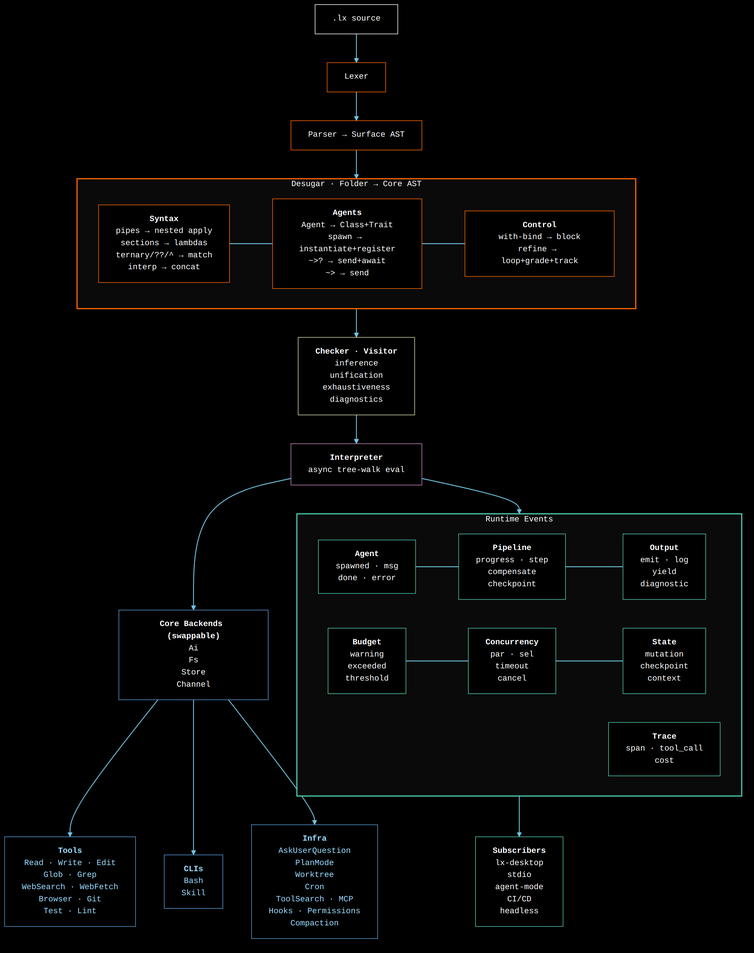
Above: DIAGRAM.png in Distortedlogic/lx (Mermaid), before the change. Its source is kept beside it as DIAGRAM.mmd.
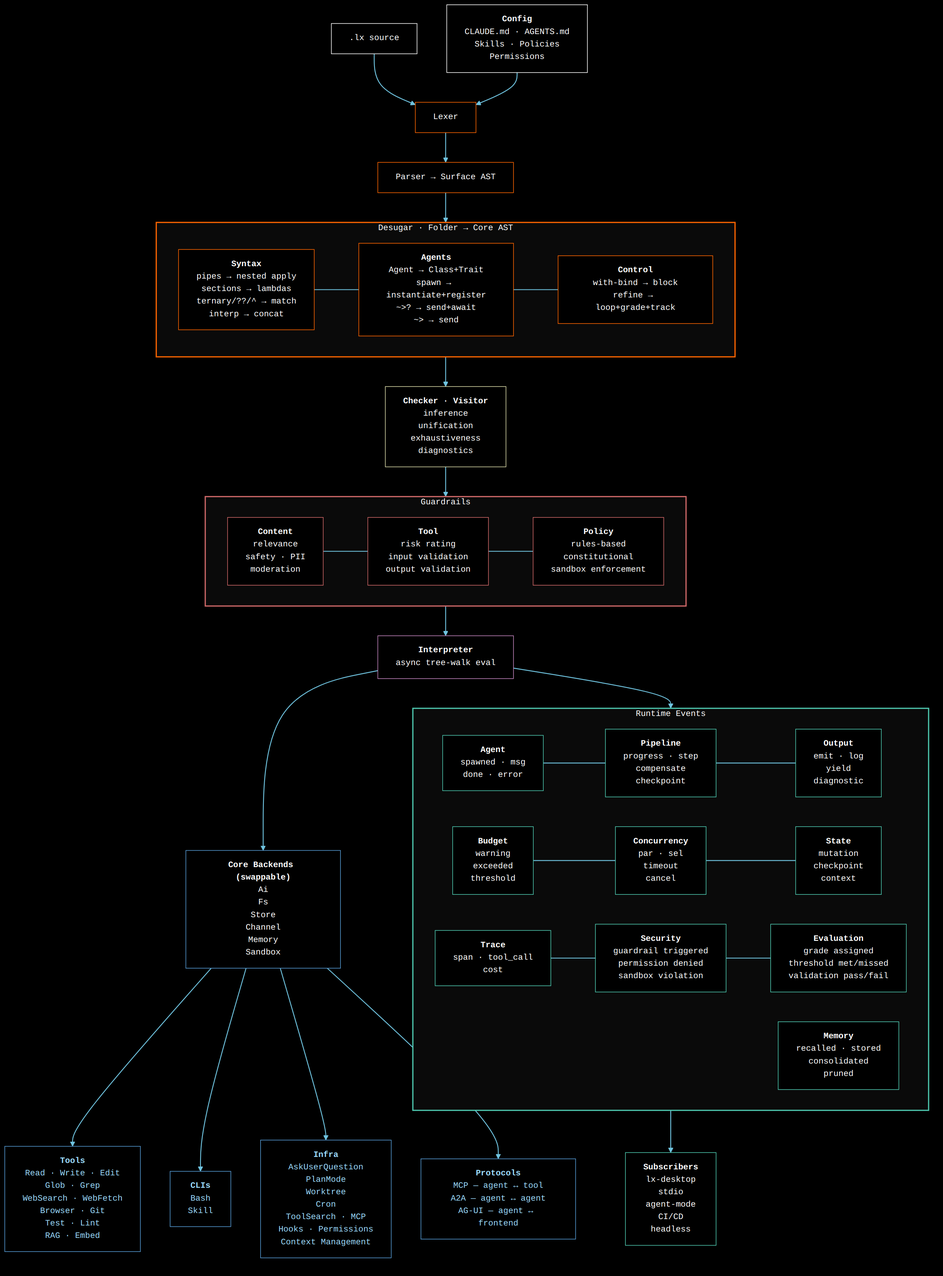
Later version of the same file.

Diff of the diagram source:
```diff
@@ -1,8 +1,11 @@
-%%{init: {'theme': 'dark', 'themeVariables': {'primaryColor': '#000000', 'primaryTextColor': '#ffffff', 'primaryBorderColor': '#6fc3df', 'lineColor': '#6fc3df', 'fontSize': '14px', 'fontFamily': 'monospace'}}}%%
-
 graph TD
     source[".lx source"]
+    config["`**Config**
+CLAUDE.md · AGENTS.md
+Skills · Policies
+Permissions`"]
     source --> lexer["Lexer"]
+    config --> lexer
     lexer --> parser["Parser → Surface AST"]
     parser --> desugars
 
@@ -29,14 +32,35 @@
 unification
 exhaustiveness
 diagnostics`"]
-    checker --> interpreter["`**Interpreter**
+    checker --> guardrails
+
+    subgraph guardrails ["Guardrails"]
+        direction LR
+        gr_content["`**Content**
+relevance
+safety · PII
+moderation`"]
+        gr_tool["`**Tool**
+risk rating
+input validation
+output validation`"]
+        gr_policy["`**Policy**
+rules-based
+constitutional
+sandbox enforcement`"]
+        gr_content ~~~ gr_tool ~~~ gr_policy
+    end
+
+    guardrails --> interpreter["`**Interpreter**
 async tree-walk eval`"]
 
     interpreter --> backends["`**Core Backends (swappable)**
 Ai
 Fs
 Store
-Channel`"]
+Channel
+Memory
+Sandbox`"]
     interpreter --> events
 
     subgraph events ["Runtime Events"]
@@ -67,8 +91,21 @@
         evt_trace["`**Trace**
 span · tool_call
 cost`"]
+        evt_security["`**Security**
+guardrail triggered
+permission denied
+sandbox violation`"]
+        evt_eval["`**Evaluation**
+grade assigned
+threshold met/missed
+validation pass/fail`"]
+        evt_memory["`**Memory**
+recalled · stored
+consolidated
+pruned`"]
         evt_agent ~~~ evt_pipeline ~~~ evt_output
         evt_budget ~~~ evt_concurrency ~~~ evt_state
+        evt_trace ~~~ evt_security ~~~ evt_eval
     end
 
     backends --> tools["`**Tools**
@@ -76,7 +113,8 @@
 Glob · Grep
 WebSearch · WebFetch
 Browser · Git
-Test · Lint`"]
+Test · Lint
+RAG · Embed`"]
     backends --> clis["`**CLIs**
 Bash
 Skill`"]
@@ -87,7 +125,12 @@
 Cron
 ToolSearch · MCP
 Hooks · Permissions
-Compaction`"]
+Context Management`"]
+
+    backends --> protocols["`**Protocols**
+MCP — agent ↔ tool
+A2A — agent ↔ agent
+AG-UI — agent ↔ frontend`"]
 
     events --> subs["`**Subscribers**
 lx-desktop
@@ -97,6 +140,7 @@
 headless`"]
 
     style source fill:#000,stroke:#fff,color:#fff
+    style config fill:#000,stroke:#fff,color:#fff
     style lexer fill:#000,stroke:#ff6600,color:#fff
     style parser fill:#000,stroke:#ff6600,color:#fff
     style desugars fill:#0a0a0a,stroke:#ff6600,color:#fff,stroke-width:2px
@@ -104,11 +148,16 @@
     style ds_agents fill:#000,stroke:#ff6600,color:#fff
     style ds_control fill:#000,stroke:#ff6600,color:#fff
     style checker fill:#000,stroke:#dcdcaa,color:#fff
+    style guardrails fill:#0a0a0a,stroke:#d16969,color:#fff,stroke-width:2px
+    style gr_content fill:#000,stroke:#d16969,color:#fff
+    style gr_tool fill:#000,stroke:#d16969,color:#fff
+    style gr_policy fill:#000,stroke:#d16969,color:#fff
     style interpreter fill:#000,stroke:#c586c0,color:#fff
     style backends fill:#000,stroke:#569cd6,color:#fff
     style tools fill:#000,stroke:#569cd6,color:#9cdcfe
     style clis fill:#000,stroke:#569cd6,color:#9cdcfe
     style infra fill:#000,stroke:#569cd6,color:#9cdcfe
+    style protocols fill:#000,stroke:#569cd6,color:#9cdcfe
     style events fill:#0a0a0a,stroke:#4ec9b0,color:#fff,stroke-width:2px
     style evt_agent fill:#000,stroke:#4ec9b0,color:#fff
     style evt_pipeline fill:#000,stroke:#4ec9b0,color:#fff
@@ -117,6 +166,9 @@
     style evt_concurrency fill:#000,stroke:#4ec9b0,color:#fff
     style evt_state fill:#000,stroke:#4ec9b0,color:#fff
     style evt_trace fill:#000,stroke:#4ec9b0,color:#fff
+    style evt_security fill:#000,stroke:#4ec9b0,color:#fff
+    style evt_eval fill:#000,stroke:#4ec9b0,color:#fff
+    style evt_memory fill:#000,stroke:#4ec9b0,color:#fff
     style subs fill:#000,stroke:#4ec9b0,color:#fff
 
     linkStyle default stroke:#6fc3df,stroke-width:1.5px
```
